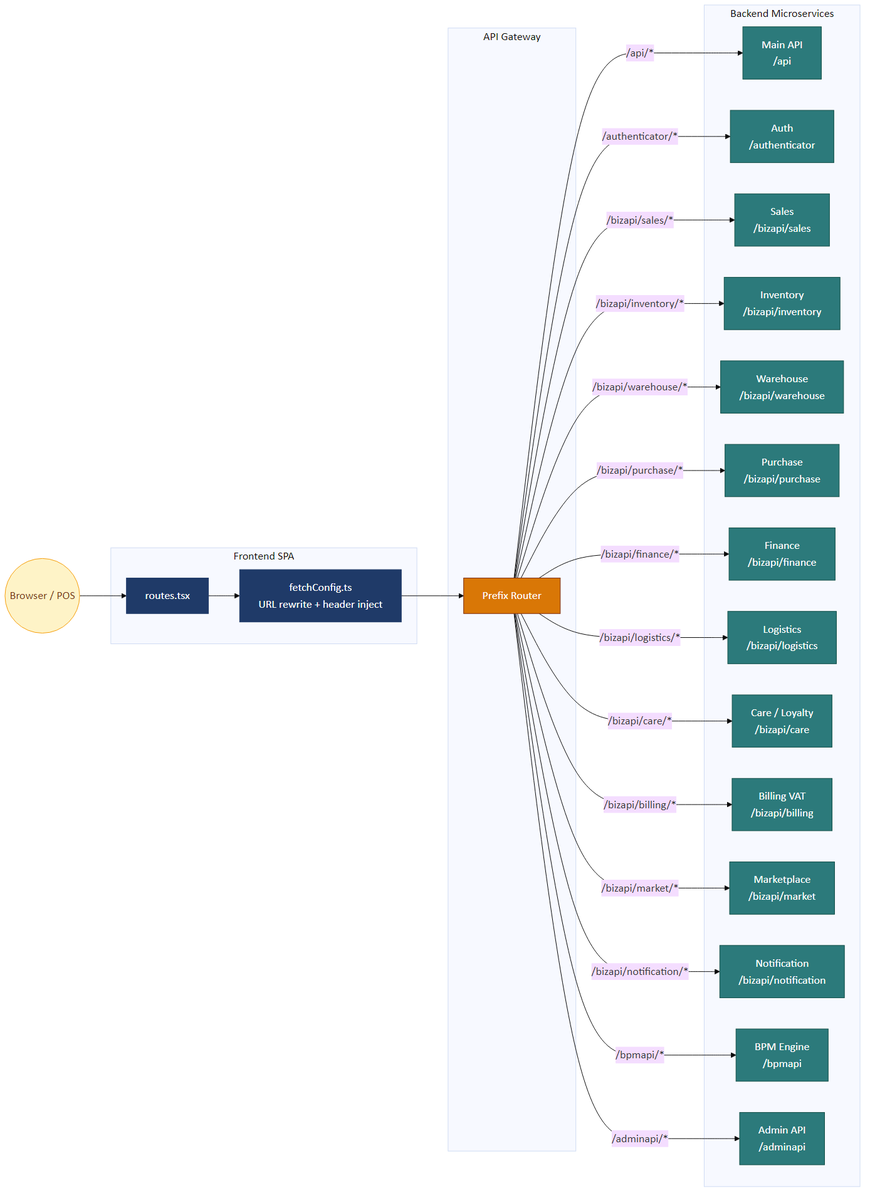
Earlier version of the Mermaid export docs/sa/diagrams/09-api-gateway-prefix-routing.png (ducdung872001/cloud-crm). Its source is kept beside it as docs/sa/diagrams/sources/09-api-gateway-prefix-routing.mmd. The source it was exported from:
```mermaid
%%{init: {'theme':'base','themeVariables':{'fontFamily':'Calibri','fontSize':'18px'}}}%%
flowchart LR
    BR((Browser / POS))
    subgraph FE["Frontend SPA"]
      ROUTES["routes.tsx"]
      INTERCEPT["fetchConfig.ts<br/>URL rewrite + header inject"]
    end
    subgraph GW_LAYER["API Gateway"]
      GW["Prefix Router"]
    end
    subgraph BE["Backend Microservices"]
      MAIN["Main API<br/>/api"]
      AUTH["Auth<br/>/authenticator"]
      SALES["Sales<br/>/bizapi/sales"]
      INV["Inventory<br/>/bizapi/inventory"]
      WH["Warehouse<br/>/bizapi/warehouse"]
      PUR["Purchase<br/>/bizapi/purchase"]
      FIN["Finance<br/>/bizapi/finance"]
      LOG["Logistics<br/>/bizapi/logistics"]
      CARE["Care / Loyalty<br/>/bizapi/care"]
      BILL["Billing VAT<br/>/bizapi/billing"]
      MKT["Marketplace<br/>/bizapi/market"]
      NOTIF["Notification<br/>/bizapi/notification"]
      BPM["BPM Engine<br/>/bpmapi"]
      ADMIN["Admin API<br/>/adminapi"]
    end

    BR --> ROUTES
    ROUTES --> INTERCEPT
    INTERCEPT --> GW
    GW -->|/api/*| MAIN
    GW -->|/adminapi/*| ADMIN
    GW -->|/authenticator/*| AUTH
    GW -->|/bizapi/sales/*| SALES
    GW -->|/bizapi/inventory/*| INV
    GW -->|/bizapi/warehouse/*| WH
    GW -->|/bizapi/purchase/*| PUR
    GW -->|/bizapi/finance/*| FIN
    GW -->|/bizapi/logistics/*| LOG
    GW -->|/bizapi/care/*| CARE
    GW -->|/bizapi/billing/*| BILL
    GW -->|/bizapi/market/*| MKT
    GW -->|/bizapi/notification/*| NOTIF
    GW -->|/bpmapi/*| BPM

    classDef fe fill:#1F3A68,stroke:#1F3A68,color:#fff
    classDef gw fill:#D97706,stroke:#7C2D12,color:#fff
    classDef be fill:#2C7A7B,stroke:#0F4C44,color:#fff
    classDef ext fill:#FEF3C7,stroke:#F59E0B,color:#78350F

    class ROUTES,INTERCEPT fe
    class GW gw
    class MAIN,ADMIN,AUTH,SALES,INV,WH,PUR,FIN,LOG,CARE,BILL,MKT,NOTIF,BPM be
    class BR ext
```
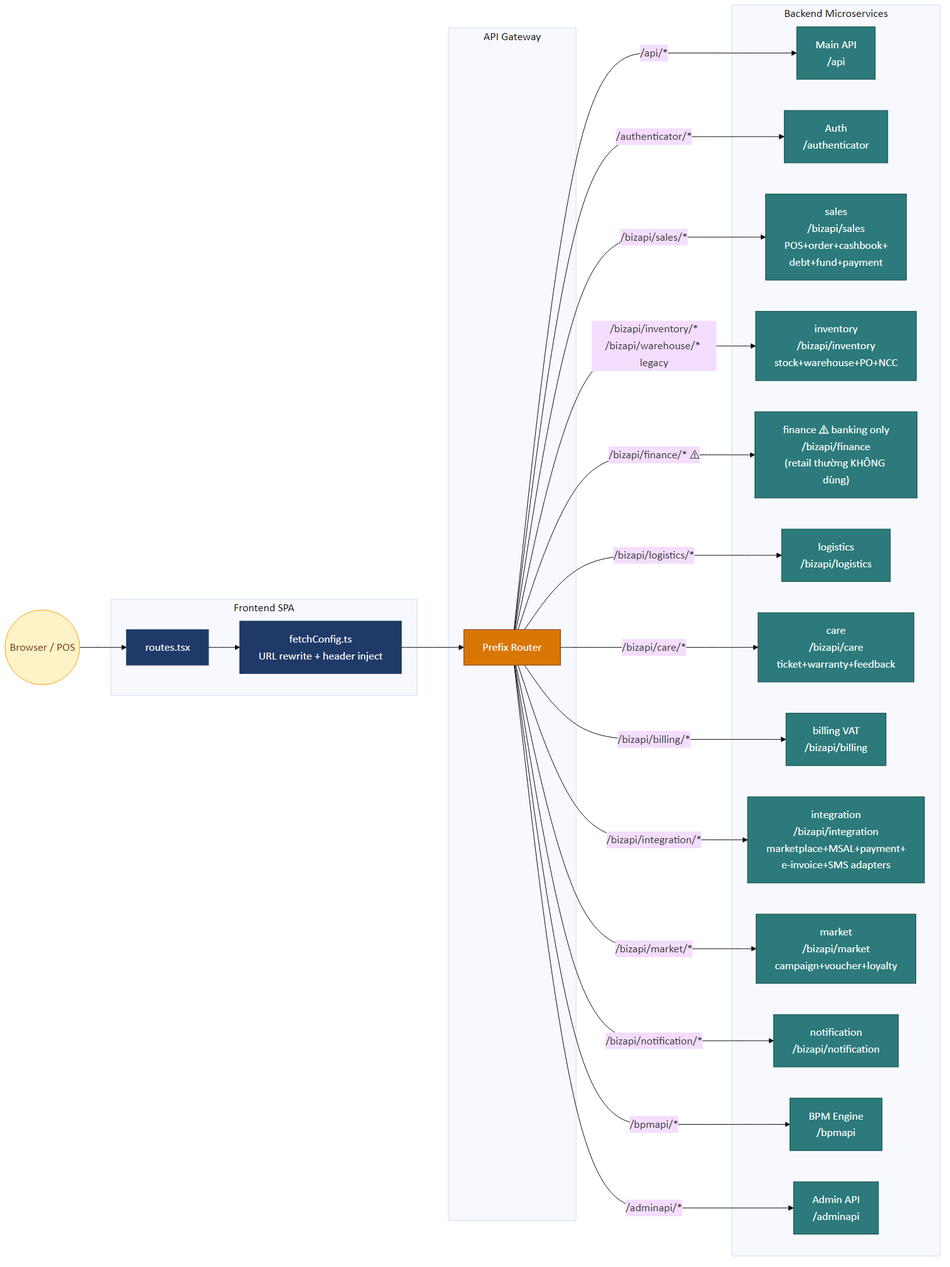
After the change.

What changed in the source:
```diff
@@ -11,16 +11,15 @@
     subgraph BE["Backend Microservices"]
       MAIN["Main API<br/>/api"]
       AUTH["Auth<br/>/authenticator"]
-      SALES["Sales<br/>/bizapi/sales"]
-      INV["Inventory<br/>/bizapi/inventory"]
-      WH["Warehouse<br/>/bizapi/warehouse"]
-      PUR["Purchase<br/>/bizapi/purchase"]
-      FIN["Finance<br/>/bizapi/finance"]
-      LOG["Logistics<br/>/bizapi/logistics"]
-      CARE["Care / Loyalty<br/>/bizapi/care"]
-      BILL["Billing VAT<br/>/bizapi/billing"]
-      MKT["Marketplace<br/>/bizapi/market"]
-      NOTIF["Notification<br/>/bizapi/notification"]
+      SALES["sales<br/>/bizapi/sales<br/>POS+order+cashbook+<br/>debt+fund+payment"]
+      INV["inventory<br/>/bizapi/inventory<br/>stock+warehouse+PO+NCC"]
+      FIN["finance ⚠ banking only<br/>/bizapi/finance<br/>(retail thường KHÔNG dùng)"]
+      LOG["logistics<br/>/bizapi/logistics"]
+      CARE["care<br/>/bizapi/care<br/>ticket+warranty+feedback"]
+      BILL["billing VAT<br/>/bizapi/billing"]
+      INTEG["integration<br/>/bizapi/integration<br/>marketplace+MSAL+payment+<br/>e-invoice+SMS adapters"]
+      MKT["market<br/>/bizapi/market<br/>campaign+voucher+loyalty"]
+      NOTIF["notification<br/>/bizapi/notification"]
       BPM["BPM Engine<br/>/bpmapi"]
       ADMIN["Admin API<br/>/adminapi"]
     end
@@ -32,13 +31,12 @@
     GW -->|/adminapi/*| ADMIN
     GW -->|/authenticator/*| AUTH
     GW -->|/bizapi/sales/*| SALES
-    GW -->|/bizapi/inventory/*| INV
-    GW -->|/bizapi/warehouse/*| WH
-    GW -->|/bizapi/purchase/*| PUR
-    GW -->|/bizapi/finance/*| FIN
+    GW -->|/bizapi/inventory/*<br/>/bizapi/warehouse/* legacy| INV
+    GW -->|/bizapi/finance/* ⚠| FIN
     GW -->|/bizapi/logistics/*| LOG
     GW -->|/bizapi/care/*| CARE
     GW -->|/bizapi/billing/*| BILL
+    GW -->|/bizapi/integration/*| INTEG
     GW -->|/bizapi/market/*| MKT
     GW -->|/bizapi/notification/*| NOTIF
     GW -->|/bpmapi/*| BPM
@@ -50,5 +48,5 @@
 
     class ROUTES,INTERCEPT fe
     class GW gw
-    class MAIN,ADMIN,AUTH,SALES,INV,WH,PUR,FIN,LOG,CARE,BILL,MKT,NOTIF,BPM be
+    class MAIN,ADMIN,AUTH,SALES,INV,FIN,LOG,CARE,BILL,INTEG,MKT,NOTIF,BPM be
     class BR ext
```
